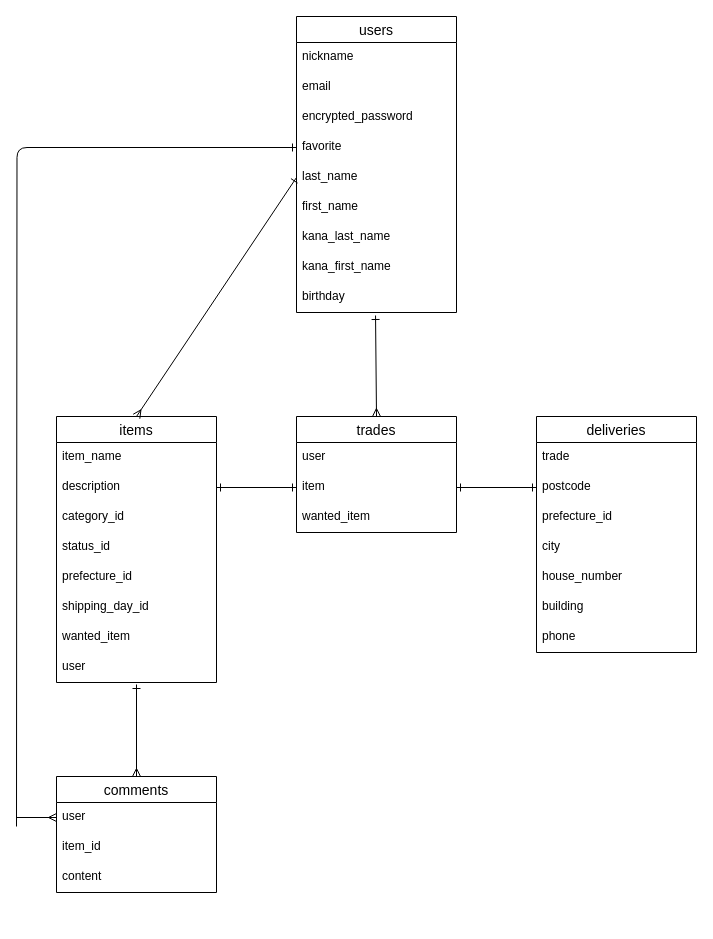
The draw.io diagram happy_trade.dio in umeskayame/happytrade, before the edit. Source tidied: cells renumbered, new cells numbered last; positions are measured from the earlier drawing's top-left corner, leaving out a move shared by most shapes. Both pictures are drawn from the tidied source at 100%, with x=0, y=0 at pixel (16, 16).
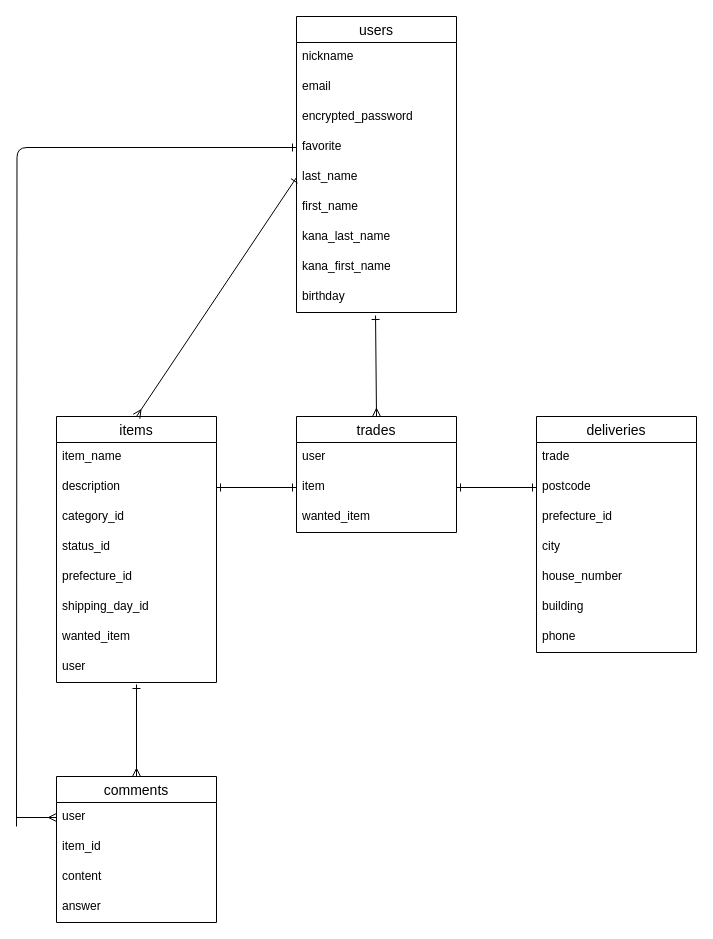
Above is the later version.

Diff of the diagram source:
```diff
@@
     <mxCell id="38" value="comments" style="swimlane;fontStyle=0;horizontal=1;startSize=26;align=center;fontSize=14;" parent="1" vertex="1">
-      <mxGeometry x="40" y="760" width="160" height="116" as="geometry" />
+      <mxGeometry x="40" y="760" width="160" height="146" as="geometry" />
     </mxCell>
@@
+    <mxCell id="44" value="answer" style="text;strokeColor=none;fillColor=none;spacingLeft=4;spacingRight=4;overflow=hidden;fontSize=12;" parent="38" vertex="1">
+      <mxGeometry y="116" width="160" height="30" as="geometry" />
+    </mxCell>
```
